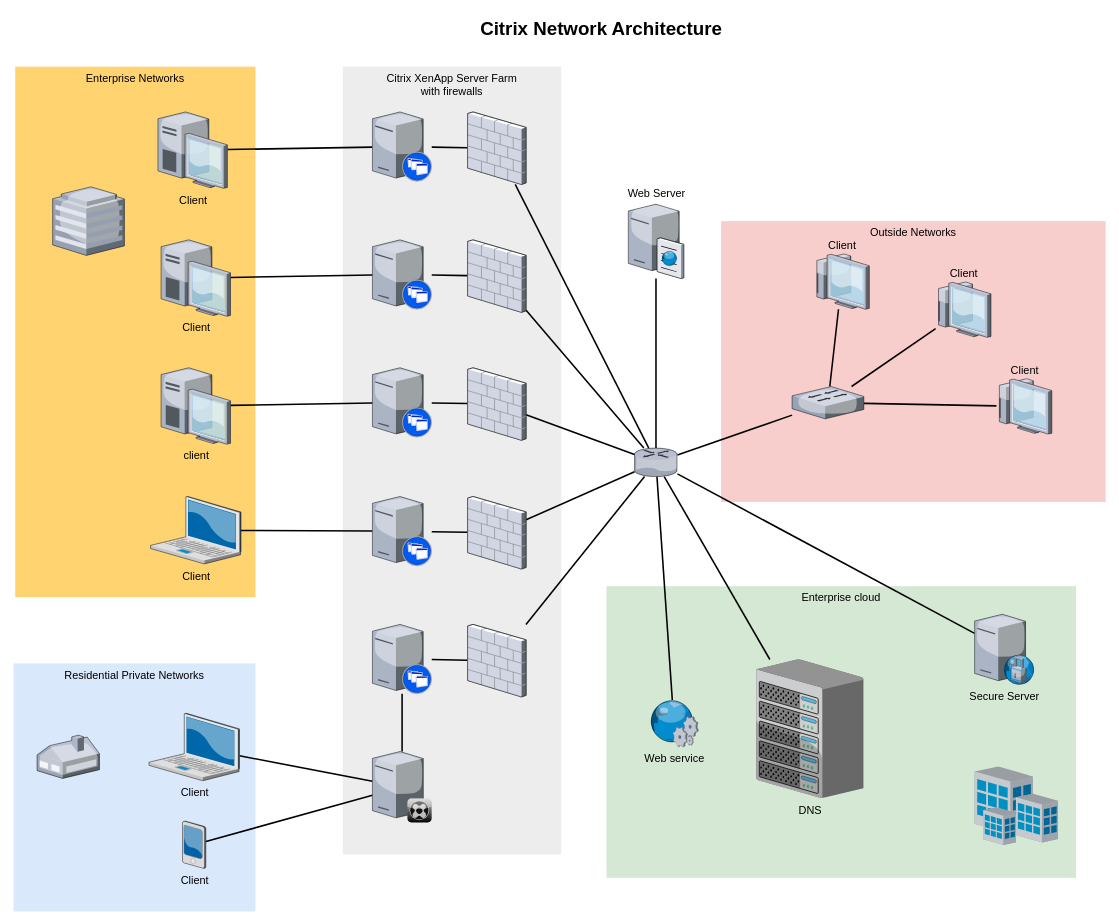
The draw.io diagram Diagramma non titolato.drawio in frigi83/traefik-examples, before the edit. Source tidied: cells renumbered, new cells numbered last; positions are measured from the earlier drawing's top-left corner, leaving out a move shared by most shapes. Both pictures are drawn from the tidied source at 78%, with x=0, y=0 at pixel (13, 13).
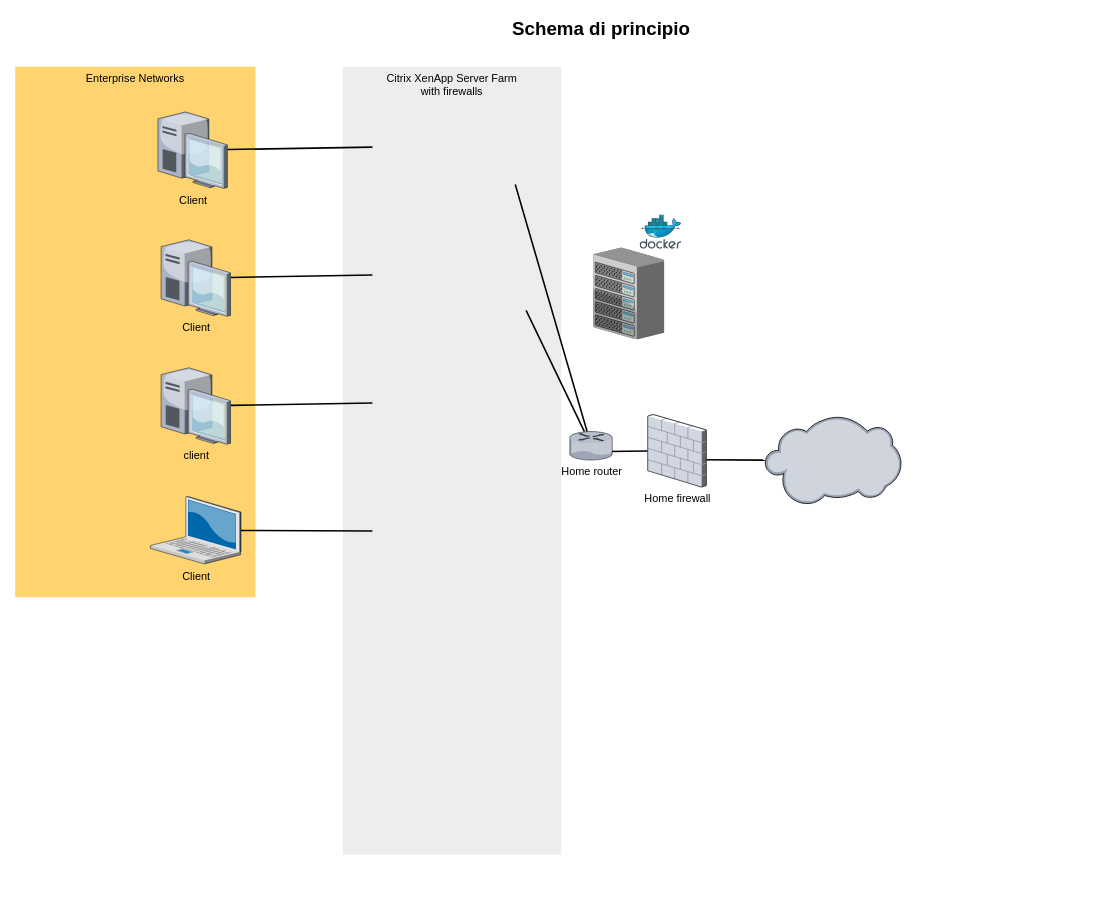
Above is the later version.

Commit message:
Salvataggio intermedio

Unchanged cells that the change refers to:
```xml
<mxCell id="10" value="Client" style="verticalLabelPosition=bottom;html=1;verticalAlign=top;strokeColor=none;shape=mxgraph.citrix.laptop_2;fillColor=#66B2FF;gradientColor=#0066CC;fontSize=14;" parent="1" vertex="1">
  <mxGeometry x="175.5" y="619" width="116" height="86.5" as="geometry" />
</mxCell>
<mxCell id="12" value="client" style="verticalLabelPosition=bottom;html=1;verticalAlign=top;strokeColor=none;shape=mxgraph.citrix.desktop;fillColor=#66B2FF;gradientColor=#0066CC;fontSize=14;" parent="1" vertex="1">
  <mxGeometry x="189" y="454" width="89" height="98" as="geometry" />
</mxCell>
<mxCell id="14" value="Client" style="verticalLabelPosition=bottom;html=1;verticalAlign=top;strokeColor=none;shape=mxgraph.citrix.desktop;fillColor=#66B2FF;gradientColor=#0066CC;fontSize=14;" parent="1" vertex="1">
  <mxGeometry x="189" y="290" width="89" height="98" as="geometry" />
</mxCell>
<mxCell id="16" value="Client" style="verticalLabelPosition=bottom;html=1;verticalAlign=top;strokeColor=none;shape=mxgraph.citrix.desktop;fillColor=#66B2FF;gradientColor=#0066CC;fontSize=14;" parent="1" vertex="1">
  <mxGeometry x="185" y="126" width="89" height="98" as="geometry" />
</mxCell>
```

What changed in the source:
```diff
@@
-    <mxCell id="2" value="Outside Networks" style="whiteSpace=wrap;html=1;fillColor=#f8cecc;fontSize=14;strokeColor=none;verticalAlign=top;" parent="1" vertex="1">
-      <mxGeometry x="907" y="266" width="493" height="360" as="geometry" />
-    </mxCell>
-    <mxCell id="3" value="Enterprise cloud" style="whiteSpace=wrap;html=1;fillColor=#d5e8d4;fontSize=14;strokeColor=none;verticalAlign=top;" parent="1" vertex="1">
-      <mxGeometry x="760" y="734" width="602" height="374" as="geometry" />
-    </mxCell>
@@
-    <mxCell id="5" value="Residential Private Networks" style="whiteSpace=wrap;html=1;fillColor=#dae8fc;fontSize=14;strokeColor=none;verticalAlign=top;" parent="1" vertex="1">
-      <mxGeometry y="833" width="310" height="318" as="geometry" />
-    </mxCell>
@@
-    <mxCell id="7" style="edgeStyle=none;rounded=0;html=1;startSize=10;endSize=10;jettySize=auto;fontSize=14;endArrow=none;endFill=0;strokeWidth=2;" parent="1" edge="1" source="8" target="35">
-      <mxGeometry relative="1" as="geometry" />
-    </mxCell>
-    <mxCell id="8" value="Client" style="verticalLabelPosition=bottom;html=1;verticalAlign=top;strokeColor=none;shape=mxgraph.citrix.laptop_2;fillColor=#66B2FF;gradientColor=#0066CC;fontSize=14;" parent="1" vertex="1">
-      <mxGeometry x="173.5" y="897" width="116" height="86.5" as="geometry" />
-    </mxCell>
-    <mxCell id="9" style="edgeStyle=none;rounded=0;html=1;startSize=10;endSize=10;jettySize=auto;fontSize=14;endArrow=none;endFill=0;strokeWidth=2;" parent="1" edge="1" source="10" target="22">
-      <mxGeometry relative="1" as="geometry" />
+    <mxCell id="9" style="edgeStyle=none;rounded=0;html=1;startSize=10;endSize=10;jettySize=auto;fontSize=14;endArrow=none;endFill=0;strokeWidth=2;" parent="1" edge="1" source="10">
+      <mxGeometry relative="1" as="geometry">
+        <mxPoint x="460" y="663.3" as="targetPoint" />
+      </mxGeometry>
     </mxCell>
@@
-    <mxCell id="11" style="edgeStyle=none;rounded=0;html=1;startSize=10;endSize=10;jettySize=auto;fontSize=14;endArrow=none;endFill=0;strokeWidth=2;" parent="1" edge="1" source="12" target="24">
-      <mxGeometry relative="1" as="geometry" />
+    <mxCell id="11" style="edgeStyle=none;rounded=0;html=1;startSize=10;endSize=10;jettySize=auto;fontSize=14;endArrow=none;endFill=0;strokeWidth=2;" parent="1" edge="1" source="12">
+      <mxGeometry relative="1" as="geometry">
+        <mxPoint x="460" y="499.1" as="targetPoint" />
+      </mxGeometry>
     </mxCell>
@@
-    <mxCell id="13" style="edgeStyle=none;rounded=0;html=1;startSize=10;endSize=10;jettySize=auto;fontSize=14;endArrow=none;endFill=0;strokeWidth=2;" parent="1" edge="1" source="14" target="26">
-      <mxGeometry relative="1" as="geometry" />
+    <mxCell id="13" style="edgeStyle=none;rounded=0;html=1;startSize=10;endSize=10;jettySize=auto;fontSize=14;endArrow=none;endFill=0;strokeWidth=2;" parent="1" edge="1" source="14">
+      <mxGeometry relative="1" as="geometry">
+        <mxPoint x="460" y="335.1" as="targetPoint" />
+      </mxGeometry>
     </mxCell>
@@
-    <mxCell id="15" style="edgeStyle=none;rounded=0;html=1;startSize=10;endSize=10;jettySize=auto;fontSize=14;endArrow=none;endFill=0;strokeWidth=2;" parent="1" edge="1" source="16" target="28">
-      <mxGeometry relative="1" as="geometry" />
+    <mxCell id="15" style="edgeStyle=none;rounded=0;html=1;startSize=10;endSize=10;jettySize=auto;fontSize=14;endArrow=none;endFill=0;strokeWidth=2;" parent="1" edge="1" source="16">
+      <mxGeometry relative="1" as="geometry">
+        <mxPoint x="460" y="171.1" as="targetPoint" />
+      </mxGeometry>
     </mxCell>
@@
-    <mxCell id="17" style="edgeStyle=none;rounded=0;html=1;startSize=10;endSize=10;jettySize=auto;fontSize=14;endArrow=none;endFill=0;strokeWidth=2;" parent="1" edge="1" source="18" target="35">
-      <mxGeometry relative="1" as="geometry" />
-    </mxCell>
-    <mxCell id="18" value="Client" style="verticalLabelPosition=bottom;html=1;verticalAlign=top;strokeColor=none;shape=mxgraph.citrix.pda;fillColor=#66B2FF;gradientColor=#0066CC;fontSize=14;" parent="1" vertex="1">
-      <mxGeometry x="216.5" y="1035" width="30" height="61" as="geometry" />
-    </mxCell>
-    <mxCell id="19" style="edgeStyle=none;rounded=0;html=1;startSize=10;endSize=10;jettySize=auto;fontSize=14;endArrow=none;endFill=0;strokeWidth=2;" parent="1" edge="1" source="20" target="47">
-      <mxGeometry relative="1" as="geometry" />
-    </mxCell>
-    <mxCell id="20" style="verticalLabelPosition=bottom;html=1;verticalAlign=top;strokeColor=none;shape=mxgraph.citrix.xenapp_server;fillColor=#66B2FF;gradientColor=#0066CC;fontSize=14;" parent="1" vertex="1">
-      <mxGeometry x="460" y="783" width="76" height="89" as="geometry" />
-    </mxCell>
-    <mxCell id="21" style="edgeStyle=none;rounded=0;html=1;startSize=10;endSize=10;jettySize=auto;fontSize=14;endArrow=none;endFill=0;strokeWidth=2;" parent="1" edge="1" source="22" target="45">
+    <mxCell id="21" style="edgeStyle=none;rounded=0;html=1;startSize=10;endSize=10;jettySize=auto;fontSize=14;endArrow=none;endFill=0;strokeWidth=2;exitX=0.896;exitY=0.623;exitDx=0;exitDy=0;exitPerimeter=0;" parent="1" edge="1" source="43" target="62">
       <mxGeometry relative="1" as="geometry" />
     </mxCell>
-    <mxCell id="22" style="verticalLabelPosition=bottom;html=1;verticalAlign=top;strokeColor=none;shape=mxgraph.citrix.xenapp_server;fillColor=#66B2FF;gradientColor=#0066CC;fontSize=14;" parent="1" vertex="1">
-      <mxGeometry x="460" y="619" width="76" height="89" as="geometry" />
-    </mxCell>
-    <mxCell id="23" style="edgeStyle=none;rounded=0;html=1;startSize=10;endSize=10;jettySize=auto;fontSize=14;endArrow=none;endFill=0;strokeWidth=2;" parent="1" edge="1" source="24" target="43">
+    <mxCell id="23" style="edgeStyle=none;rounded=0;html=1;startSize=10;endSize=10;jettySize=auto;fontSize=14;endArrow=none;endFill=0;strokeWidth=2;exitX=0.916;exitY=0.697;exitDx=0;exitDy=0;exitPerimeter=0;" parent="1" edge="1" source="33" target="43">
       <mxGeometry relative="1" as="geometry" />
     </mxCell>
-    <mxCell id="24" style="verticalLabelPosition=bottom;html=1;verticalAlign=top;strokeColor=none;shape=mxgraph.citrix.xenapp_server;fillColor=#66B2FF;gradientColor=#0066CC;fontSize=14;" parent="1" vertex="1">
-      <mxGeometry x="460" y="454" width="76" height="89" as="geometry" />
-    </mxCell>
-    <mxCell id="25" style="edgeStyle=none;rounded=0;html=1;startSize=10;endSize=10;jettySize=auto;fontSize=14;endArrow=none;endFill=0;strokeWidth=2;" parent="1" edge="1" source="26" target="41">
-      <mxGeometry relative="1" as="geometry" />
-    </mxCell>
-    <mxCell id="26" style="verticalLabelPosition=bottom;html=1;verticalAlign=top;strokeColor=none;shape=mxgraph.citrix.xenapp_server;fillColor=#66B2FF;gradientColor=#0066CC;fontSize=14;" parent="1" vertex="1">
-      <mxGeometry x="460" y="290" width="76" height="89" as="geometry" />
-    </mxCell>
-    <mxCell id="27" style="edgeStyle=none;rounded=0;html=1;startSize=10;endSize=10;jettySize=auto;fontSize=14;endArrow=none;endFill=0;strokeWidth=2;" parent="1" edge="1" source="28" target="39">
-      <mxGeometry relative="1" as="geometry" />
-    </mxCell>
-    <mxCell id="28" style="verticalLabelPosition=bottom;html=1;verticalAlign=top;strokeColor=none;shape=mxgraph.citrix.xenapp_server;fillColor=#66B2FF;gradientColor=#0066CC;fontSize=14;" parent="1" vertex="1">
-      <mxGeometry x="460" y="126" width="76" height="89" as="geometry" />
-    </mxCell>
-    <mxCell id="29" style="edgeStyle=none;rounded=0;html=1;startSize=10;endSize=10;jettySize=auto;fontSize=14;endArrow=none;endFill=0;strokeWidth=2;" parent="1" edge="1" source="33" target="37">
-      <mxGeometry relative="1" as="geometry" />
-    </mxCell>
-    <mxCell id="30" style="edgeStyle=none;rounded=0;html=1;startSize=10;endSize=10;jettySize=auto;fontSize=14;endArrow=none;endFill=0;strokeWidth=2;" parent="1" edge="1" source="33" target="36">
-      <mxGeometry relative="1" as="geometry" />
-    </mxCell>
-    <mxCell id="31" style="edgeStyle=none;rounded=0;html=1;startSize=10;endSize=10;jettySize=auto;fontSize=14;endArrow=none;endFill=0;strokeWidth=2;" parent="1" edge="1" source="33" target="54">
-      <mxGeometry relative="1" as="geometry" />
-    </mxCell>
-    <mxCell id="32" style="edgeStyle=none;rounded=0;html=1;startSize=10;endSize=10;jettySize=auto;fontSize=14;endArrow=none;endFill=0;strokeWidth=2;" parent="1" edge="1" source="33" target="50">
-      <mxGeometry relative="1" as="geometry" />
-    </mxCell>
-    <mxCell id="33" style="verticalLabelPosition=bottom;html=1;verticalAlign=top;strokeColor=none;shape=mxgraph.citrix.router;fillColor=#66B2FF;gradientColor=#0066CC;fontSize=14;" parent="1" vertex="1">
-      <mxGeometry x="796" y="557" width="55" height="36.5" as="geometry" />
+    <mxCell id="33" value="Home router" style="verticalLabelPosition=bottom;html=1;verticalAlign=top;strokeColor=none;shape=mxgraph.citrix.router;fillColor=#66B2FF;gradientColor=#0066CC;fontSize=14;" parent="1" vertex="1">
+      <mxGeometry x="713" y="535.8" width="55" height="36.5" as="geometry" />
     </mxCell>
-    <mxCell id="34" style="edgeStyle=none;rounded=0;html=1;startSize=10;endSize=10;jettySize=auto;fontSize=14;endArrow=none;endFill=0;strokeWidth=2;" parent="1" edge="1" source="35" target="20">
-      <mxGeometry relative="1" as="geometry" />
-    </mxCell>
-    <mxCell id="35" style="verticalLabelPosition=bottom;html=1;verticalAlign=top;strokeColor=none;shape=mxgraph.citrix.xenclient_synchronizer;fillColor=#CCCCCC;gradientColor=#000000;gradientDirection=south;fontSize=14;" parent="1" vertex="1">
-      <mxGeometry x="460" y="946" width="76" height="91" as="geometry" />
-    </mxCell>
-    <mxCell id="36" value="Web Server" style="verticalLabelPosition=top;html=1;verticalAlign=bottom;strokeColor=none;shape=mxgraph.citrix.cache_server;fillColor=#66B2FF;gradientColor=#0066CC;fontSize=14;labelPosition=center;align=center;" parent="1" vertex="1">
-      <mxGeometry x="788" y="242" width="71" height="97.5" as="geometry" />
-    </mxCell>
-    <mxCell id="37" value="DNS" style="verticalLabelPosition=bottom;html=1;verticalAlign=top;strokeColor=none;shape=mxgraph.citrix.chassis;fillColor=#66B2FF;gradientColor=#0066CC;fontSize=14;" parent="1" vertex="1">
-      <mxGeometry x="952" y="828" width="137.5" height="177.5" as="geometry" />
-    </mxCell>
-    <mxCell id="38" style="edgeStyle=none;rounded=0;html=1;startSize=10;endSize=10;jettySize=auto;fontSize=14;endArrow=none;endFill=0;strokeWidth=2;" parent="1" edge="1" source="39" target="33">
-      <mxGeometry relative="1" as="geometry" />
+    <mxCell id="38" style="edgeStyle=none;rounded=0;html=1;startSize=10;endSize=10;jettySize=auto;fontSize=14;endArrow=none;endFill=0;strokeWidth=2;" parent="1" edge="1" target="33">
+      <mxGeometry relative="1" as="geometry">
+        <mxPoint x="643.1" y="219" as="sourcePoint" />
+      </mxGeometry>
     </mxCell>
-    <mxCell id="39" style="verticalLabelPosition=bottom;html=1;verticalAlign=top;strokeColor=none;shape=mxgraph.citrix.firewall;fillColor=#66B2FF;gradientColor=#0066CC;fontSize=14;" parent="1" vertex="1">
-      <mxGeometry x="582" y="126" width="75" height="93" as="geometry" />
-    </mxCell>
-    <mxCell id="40" style="edgeStyle=none;rounded=0;html=1;startSize=10;endSize=10;jettySize=auto;fontSize=14;endArrow=none;endFill=0;strokeWidth=2;" parent="1" edge="1" source="41" target="33">
-      <mxGeometry relative="1" as="geometry" />
+    <mxCell id="40" style="edgeStyle=none;rounded=0;html=1;startSize=10;endSize=10;jettySize=auto;fontSize=14;endArrow=none;endFill=0;strokeWidth=2;" parent="1" edge="1" target="33">
+      <mxGeometry relative="1" as="geometry">
+        <mxPoint x="657" y="380.4" as="sourcePoint" />
+      </mxGeometry>
     </mxCell>
-    <mxCell id="41" style="verticalLabelPosition=bottom;html=1;verticalAlign=top;strokeColor=none;shape=mxgraph.citrix.firewall;fillColor=#66B2FF;gradientColor=#0066CC;fontSize=14;" parent="1" vertex="1">
-      <mxGeometry x="582" y="290" width="75" height="93" as="geometry" />
-    </mxCell>
-    <mxCell id="42" style="edgeStyle=none;rounded=0;html=1;startSize=10;endSize=10;jettySize=auto;fontSize=14;endArrow=none;endFill=0;strokeWidth=2;" parent="1" edge="1" source="43" target="33">
-      <mxGeometry relative="1" as="geometry" />
-    </mxCell>
-    <mxCell id="43" style="verticalLabelPosition=bottom;html=1;verticalAlign=top;strokeColor=none;shape=mxgraph.citrix.firewall;fillColor=#66B2FF;gradientColor=#0066CC;fontSize=14;" parent="1" vertex="1">
-      <mxGeometry x="582" y="454" width="75" height="93" as="geometry" />
+    <mxCell id="43" value="Home firewall" style="verticalLabelPosition=bottom;html=1;verticalAlign=top;strokeColor=none;shape=mxgraph.citrix.firewall;fillColor=#66B2FF;gradientColor=#0066CC;fontSize=14;" parent="1" vertex="1">
+      <mxGeometry x="813" y="513.9" width="75" height="93" as="geometry" />
     </mxCell>
-    <mxCell id="44" style="edgeStyle=none;rounded=0;html=1;startSize=10;endSize=10;jettySize=auto;fontSize=14;endArrow=none;endFill=0;strokeWidth=2;" parent="1" edge="1" source="45" target="33">
-      <mxGeometry relative="1" as="geometry" />
-    </mxCell>
-    <mxCell id="45" style="verticalLabelPosition=bottom;html=1;verticalAlign=top;strokeColor=none;shape=mxgraph.citrix.firewall;fillColor=#66B2FF;gradientColor=#0066CC;fontSize=14;" parent="1" vertex="1">
-      <mxGeometry x="582" y="619" width="75" height="93" as="geometry" />
-    </mxCell>
-    <mxCell id="46" style="edgeStyle=none;rounded=0;html=1;startSize=10;endSize=10;jettySize=auto;fontSize=14;endArrow=none;endFill=0;strokeWidth=2;" parent="1" edge="1" source="47" target="33">
-      <mxGeometry relative="1" as="geometry" />
-    </mxCell>
-    <mxCell id="47" style="verticalLabelPosition=bottom;html=1;verticalAlign=top;strokeColor=none;shape=mxgraph.citrix.firewall;fillColor=#66B2FF;gradientColor=#0066CC;fontSize=14;" parent="1" vertex="1">
-      <mxGeometry x="582" y="783" width="75" height="93" as="geometry" />
-    </mxCell>
-    <mxCell id="48" style="verticalLabelPosition=bottom;html=1;verticalAlign=top;strokeColor=none;shape=mxgraph.citrix.home_office;fillColor=#66B2FF;gradientColor=#0066CC;fontSize=14;" parent="1" vertex="1">
-      <mxGeometry x="30" y="925" width="80" height="55.5" as="geometry" />
-    </mxCell>
-    <mxCell id="49" style="verticalLabelPosition=bottom;html=1;verticalAlign=top;strokeColor=none;shape=mxgraph.citrix.hq_enterprise;fillColor=#66B2FF;gradientColor=#0066CC;fontSize=14;" parent="1" vertex="1">
-      <mxGeometry x="50" y="222" width="92" height="88" as="geometry" />
-    </mxCell>
-    <mxCell id="50" value="Secure Server" style="verticalLabelPosition=bottom;html=1;verticalAlign=top;strokeColor=none;shape=mxgraph.citrix.proxy_server;fillColor=#66B2FF;gradientColor=#0066CC;fontSize=14;" parent="1" vertex="1">
-      <mxGeometry x="1232" y="770" width="76.5" height="90" as="geometry" />
-    </mxCell>
-    <mxCell id="51" style="edgeStyle=none;rounded=0;html=1;startSize=10;endSize=10;jettySize=auto;fontSize=14;endArrow=none;endFill=0;strokeWidth=2;" parent="1" edge="1" source="54" target="57">
-      <mxGeometry relative="1" as="geometry" />
-    </mxCell>
-    <mxCell id="52" style="edgeStyle=none;rounded=0;html=1;startSize=10;endSize=10;jettySize=auto;fontSize=14;endArrow=none;endFill=0;strokeWidth=2;" parent="1" edge="1" source="54" target="56">
-      <mxGeometry relative="1" as="geometry" />
-    </mxCell>
-    <mxCell id="53" style="edgeStyle=none;rounded=0;html=1;startSize=10;endSize=10;jettySize=auto;fontSize=14;endArrow=none;endFill=0;strokeWidth=2;" parent="1" edge="1" source="54" target="55">
-      <mxGeometry relative="1" as="geometry" />
-    </mxCell>
-    <mxCell id="54" style="verticalLabelPosition=bottom;html=1;verticalAlign=top;strokeColor=none;shape=mxgraph.citrix.switch;fillColor=#66B2FF;gradientColor=#0066CC;fontSize=14;" parent="1" vertex="1">
-      <mxGeometry x="998" y="478" width="92" height="41.5" as="geometry" />
-    </mxCell>
-    <mxCell id="55" value="Client" style="verticalLabelPosition=top;html=1;verticalAlign=bottom;strokeColor=none;shape=mxgraph.citrix.thin_client;fillColor=#66B2FF;gradientColor=#0066CC;fontSize=14;labelPosition=center;align=center;" parent="1" vertex="1">
-      <mxGeometry x="1260" y="468" width="71" height="71" as="geometry" />
-    </mxCell>
-    <mxCell id="56" value="Client" style="verticalLabelPosition=top;html=1;verticalAlign=bottom;strokeColor=none;shape=mxgraph.citrix.thin_client;fillColor=#66B2FF;gradientColor=#0066CC;fontSize=14;labelPosition=center;align=center;" parent="1" vertex="1">
-      <mxGeometry x="1182" y="344" width="71" height="71" as="geometry" />
-    </mxCell>
-    <mxCell id="57" value="Client" style="verticalLabelPosition=top;html=1;verticalAlign=bottom;strokeColor=none;shape=mxgraph.citrix.thin_client;fillColor=#66B2FF;gradientColor=#0066CC;fontSize=14;labelPosition=center;align=center;" parent="1" vertex="1">
-      <mxGeometry x="1026" y="308" width="71" height="71" as="geometry" />
-    </mxCell>
-    <mxCell id="58" style="edgeStyle=none;rounded=0;html=1;startSize=10;endSize=10;jettySize=auto;fontSize=14;endArrow=none;endFill=0;strokeWidth=2;" parent="1" edge="1" source="59" target="33">
-      <mxGeometry relative="1" as="geometry" />
-    </mxCell>
-    <mxCell id="59" value="Web service" style="verticalLabelPosition=bottom;html=1;verticalAlign=top;strokeColor=none;shape=mxgraph.citrix.web_service;fillColor=#66B2FF;gradientColor=#0066CC;fontSize=14;" parent="1" vertex="1">
-      <mxGeometry x="815" y="880" width="63" height="60" as="geometry" />
-    </mxCell>
-    <mxCell id="60" style="verticalLabelPosition=bottom;html=1;verticalAlign=top;strokeColor=none;shape=mxgraph.citrix.site;fillColor=#66B2FF;gradientColor=#0066CC;fontSize=14;" parent="1" vertex="1">
-      <mxGeometry x="1232" y="965" width="107" height="101" as="geometry" />
-    </mxCell>
-    <mxCell id="61" value="Citrix Network Architecture" style="text;strokeColor=none;fillColor=none;html=1;fontSize=24;fontStyle=1;verticalAlign=middle;align=center;" parent="1" vertex="1">
+    <mxCell id="61" value="Schema di principio" style="text;strokeColor=none;fillColor=none;html=1;fontSize=24;fontStyle=1;verticalAlign=middle;align=center;" parent="1" vertex="1">
       <mxGeometry x="322" width="861" height="40" as="geometry" />
     </mxCell>
+    <mxCell id="62" style="verticalLabelPosition=bottom;html=1;verticalAlign=top;strokeColor=none;align=center;outlineConnect=0;shape=mxgraph.citrix.cloud;" parent="1" vertex="1">
+      <mxGeometry x="963" y="515.9" width="175" height="114.2" as="geometry" />
+    </mxCell>
+    <mxCell id="63" style="verticalLabelPosition=bottom;html=1;verticalAlign=top;strokeColor=none;align=center;shape=mxgraph.citrix.chassis;" parent="1" vertex="1">
+      <mxGeometry x="743" y="300" width="91" height="117.5" as="geometry" />
+    </mxCell>
+    <mxCell id="64" style="html=1;align=center;image;fontSize=12;image=img/lib/mscae/Docker.svg;" parent="1" vertex="1">
+      <mxGeometry x="803" y="258" width="53.4" height="43.8" as="geometry" />
+    </mxCell>
```
